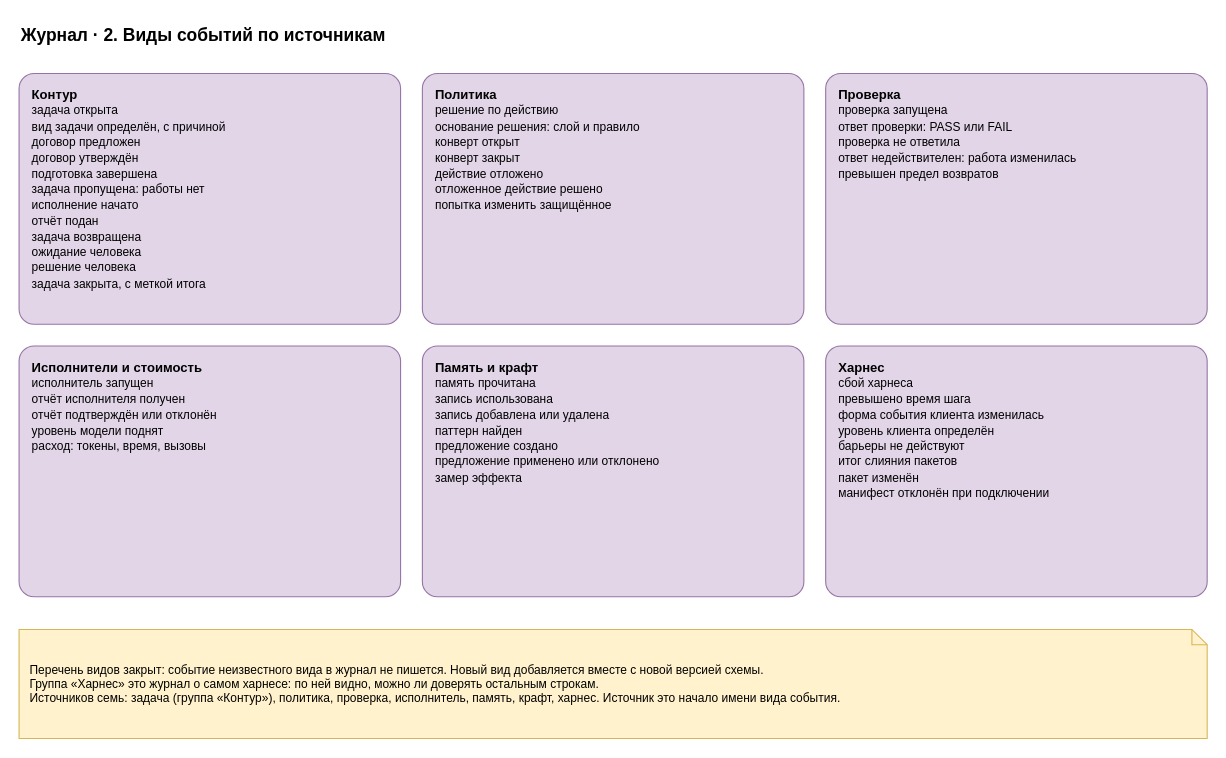
Earlier version of the draw.io diagram page "16. Виды событий" (16 of 24) of docs/spec/harness-spec.drawio (roygkov/reins). Source tidied: cells renumbered, new cells numbered last; positions are measured from the earlier drawing's top-left corner, leaving out a move shared by most shapes. Both pictures are drawn from the tidied source at 109%, with x=0, y=0 at pixel (19, 19).
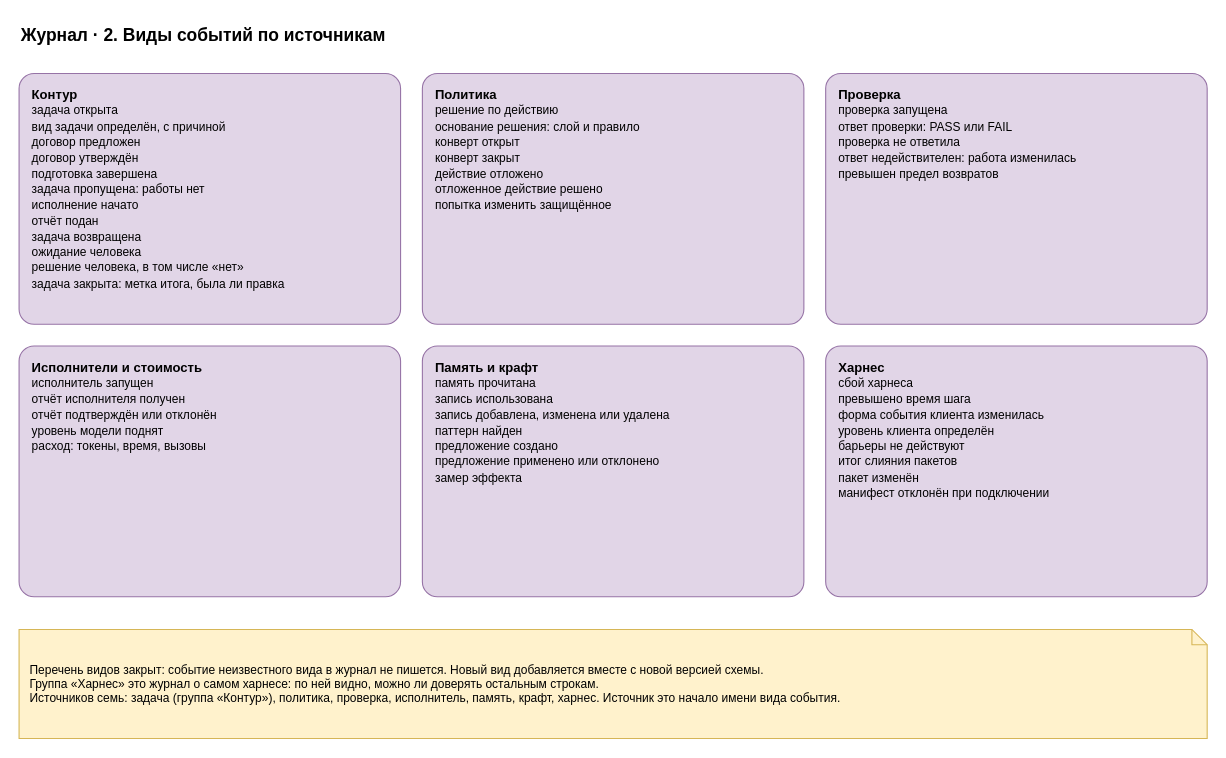
Above is the later version.

Diff of the diagram source:
```diff
@@
 <mxGraphModel>
   <root>
     <mxCell id="0" />
     <mxCell id="1" parent="0" />
     <mxCell id="2" value="Журнал · 2. Виды событий по источникам" style="text;html=1;align=left;verticalAlign=middle;whiteSpace=wrap;fontSize=16;strokeColor=none;fillColor=none;fontStyle=1;" parent="1" vertex="1">
       <mxGeometry width="900" height="30" as="geometry" />
     </mxCell>
-    <mxCell id="3" value="&lt;b&gt;Контур&lt;/b&gt;&lt;br&gt;&lt;font style=&quot;font-size:11px&quot;&gt;задача открыта&lt;br&gt;вид задачи определён, с причиной&lt;br&gt;договор предложен&lt;br&gt;договор утверждён&lt;br&gt;подготовка завершена&lt;br&gt;задача пропущена: работы нет&lt;br&gt;исполнение начато&lt;br&gt;отчёт подан&lt;br&gt;задача возвращена&lt;br&gt;ожидание человека&lt;br&gt;решение человека&lt;br&gt;задача закрыта, с меткой итога&lt;/font&gt;" style="rounded=1;whiteSpace=wrap;html=1;fillColor=#e1d5e7;strokeColor=#9673a6;arcSize=6;align=left;verticalAlign=top;spacingLeft=10;spacingTop=6;spacingRight=6;" parent="1" vertex="1">
+    <mxCell id="3" value="&lt;b&gt;Контур&lt;/b&gt;&lt;br&gt;&lt;font style=&quot;font-size:11px&quot;&gt;задача открыта&lt;br&gt;вид задачи определён, с причиной&lt;br&gt;договор предложен&lt;br&gt;договор утверждён&lt;br&gt;подготовка завершена&lt;br&gt;задача пропущена: работы нет&lt;br&gt;исполнение начато&lt;br&gt;отчёт подан&lt;br&gt;задача возвращена&lt;br&gt;ожидание человека&lt;br&gt;решение человека, в том числе «нет»&lt;br&gt;задача закрыта: метка итога, была ли правка&lt;/font&gt;" style="rounded=1;whiteSpace=wrap;html=1;fillColor=#e1d5e7;strokeColor=#9673a6;arcSize=6;align=left;verticalAlign=top;spacingLeft=10;spacingTop=6;spacingRight=6;" parent="1" vertex="1">
       <mxGeometry y="50" width="350" height="230" as="geometry" />
     </mxCell>
     <mxCell id="4" value="&lt;b&gt;Политика&lt;/b&gt;&lt;br&gt;&lt;font style=&quot;font-size:11px&quot;&gt;решение по действию&lt;br&gt;основание решения: слой и правило&lt;br&gt;конверт открыт&lt;br&gt;конверт закрыт&lt;br&gt;действие отложено&lt;br&gt;отложенное действие решено&lt;br&gt;попытка изменить защищённое&lt;/font&gt;" style="rounded=1;whiteSpace=wrap;html=1;fillColor=#e1d5e7;strokeColor=#9673a6;arcSize=6;align=left;verticalAlign=top;spacingLeft=10;spacingTop=6;spacingRight=6;" parent="1" vertex="1">
       <mxGeometry x="370" y="50" width="350" height="230" as="geometry" />
     </mxCell>
     <mxCell id="5" value="&lt;b&gt;Проверка&lt;/b&gt;&lt;br&gt;&lt;font style=&quot;font-size:11px&quot;&gt;проверка запущена&lt;br&gt;ответ проверки: PASS или FAIL&lt;br&gt;проверка не ответила&lt;br&gt;ответ недействителен: работа изменилась&lt;br&gt;превышен предел возвратов&lt;/font&gt;" style="rounded=1;whiteSpace=wrap;html=1;fillColor=#e1d5e7;strokeColor=#9673a6;arcSize=6;align=left;verticalAlign=top;spacingLeft=10;spacingTop=6;spacingRight=6;" parent="1" vertex="1">
       <mxGeometry x="740" y="50" width="350" height="230" as="geometry" />
     </mxCell>
     <mxCell id="6" value="&lt;b&gt;Исполнители и стоимость&lt;/b&gt;&lt;br&gt;&lt;font style=&quot;font-size:11px&quot;&gt;исполнитель запущен&lt;br&gt;отчёт исполнителя получен&lt;br&gt;отчёт подтверждён или отклонён&lt;br&gt;уровень модели поднят&lt;br&gt;расход: токены, время, вызовы&lt;/font&gt;" style="rounded=1;whiteSpace=wrap;html=1;fillColor=#e1d5e7;strokeColor=#9673a6;arcSize=6;align=left;verticalAlign=top;spacingLeft=10;spacingTop=6;spacingRight=6;" parent="1" vertex="1">
       <mxGeometry y="300" width="350" height="230" as="geometry" />
     </mxCell>
-    <mxCell id="7" value="&lt;b&gt;Память и крафт&lt;/b&gt;&lt;br&gt;&lt;font style=&quot;font-size:11px&quot;&gt;память прочитана&lt;br&gt;запись использована&lt;br&gt;запись добавлена или удалена&lt;br&gt;паттерн найден&lt;br&gt;предложение создано&lt;br&gt;предложение применено или отклонено&lt;br&gt;замер эффекта&lt;/font&gt;" style="rounded=1;whiteSpace=wrap;html=1;fillColor=#e1d5e7;strokeColor=#9673a6;arcSize=6;align=left;verticalAlign=top;spacingLeft=10;spacingTop=6;spacingRight=6;" parent="1" vertex="1">
+    <mxCell id="7" value="&lt;b&gt;Память и крафт&lt;/b&gt;&lt;br&gt;&lt;font style=&quot;font-size:11px&quot;&gt;память прочитана&lt;br&gt;запись использована&lt;br&gt;запись добавлена, изменена или удалена&lt;br&gt;паттерн найден&lt;br&gt;предложение создано&lt;br&gt;предложение применено или отклонено&lt;br&gt;замер эффекта&lt;/font&gt;" style="rounded=1;whiteSpace=wrap;html=1;fillColor=#e1d5e7;strokeColor=#9673a6;arcSize=6;align=left;verticalAlign=top;spacingLeft=10;spacingTop=6;spacingRight=6;" parent="1" vertex="1">
       <mxGeometry x="370" y="300" width="350" height="230" as="geometry" />
     </mxCell>
     <mxCell id="8" value="&lt;b&gt;Харнес&lt;/b&gt;&lt;br&gt;&lt;font style=&quot;font-size:11px&quot;&gt;сбой харнеса&lt;br&gt;превышено время шага&lt;br&gt;форма события клиента изменилась&lt;br&gt;уровень клиента определён&lt;br&gt;барьеры не действуют&lt;br&gt;итог слияния пакетов&lt;br&gt;пакет изменён&lt;br&gt;манифест отклонён при подключении&lt;/font&gt;" style="rounded=1;whiteSpace=wrap;html=1;fillColor=#e1d5e7;strokeColor=#9673a6;arcSize=6;align=left;verticalAlign=top;spacingLeft=10;spacingTop=6;spacingRight=6;" parent="1" vertex="1">
       <mxGeometry x="740" y="300" width="350" height="230" as="geometry" />
     </mxCell>
     <mxCell id="9" value="Перечень видов закрыт: событие неизвестного вида в журнал не пишется. Новый вид добавляется вместе с новой версией схемы.&lt;br&gt;Группа «Харнес» это журнал о самом харнесе: по ней видно, можно ли доверять остальным строкам.&lt;br&gt;Источников семь: задача (группа «Контур»), политика, проверка, исполнитель, память, крафт, харнес. Источник это начало имени вида события." style="shape=note;whiteSpace=wrap;html=1;backgroundOutline=1;size=14;fillColor=#fff2cc;strokeColor=#d6b656;align=left;spacingLeft=8;spacingRight=8;fontSize=11;" parent="1" vertex="1">
       <mxGeometry y="560" width="1090" height="100" as="geometry" />
     </mxCell>
   </root>
 </mxGraphModel>
```
